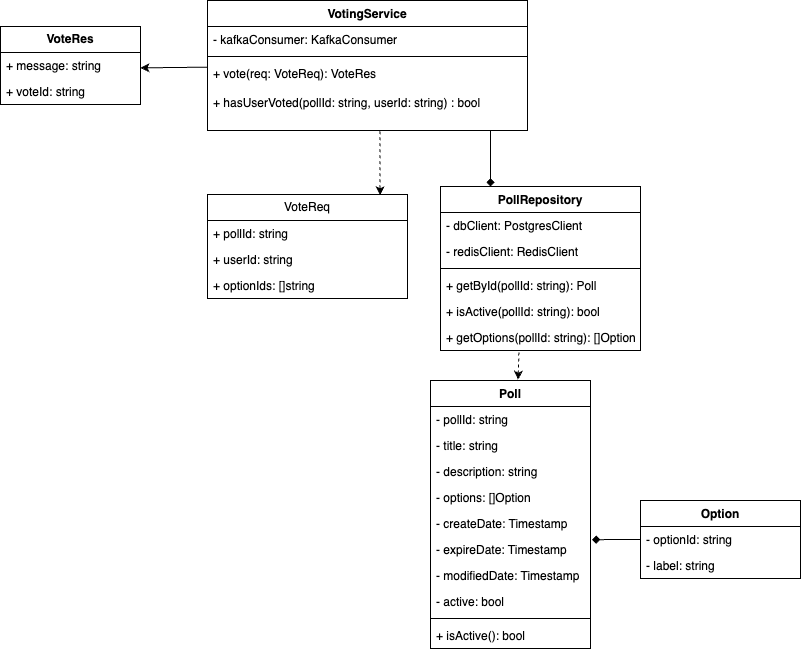
The draw.io diagram 2026-03-02-voting-architecture/voting-service-class-diagram.drawio.png in brunohaetinger/green-team, before a commit. Source tidied: cells renumbered, new cells last; positions are measured from the earlier drawing's top-left corner, leaving out a move shared by most shapes.
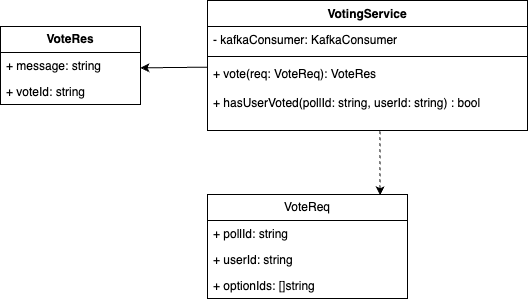
Later version of the same file.

Commit message:
update voting diagram

What changed in the source:
```diff
@@ -43,77 +43,5 @@
     <mxCell id="14" value="+ voteId: string" style="text;strokeColor=none;fillColor=none;align=left;verticalAlign=top;spacingLeft=4;spacingRight=4;overflow=hidden;whiteSpace=wrap;html=1;" parent="12" vertex="1">
       <mxGeometry y="52" width="140" height="26" as="geometry" />
     </mxCell>
-    <mxCell id="15" value="Poll" style="swimlane;fontStyle=1;align=center;verticalAlign=top;horizontal=1;startSize=26;whiteSpace=wrap;html=1;" parent="1" vertex="1">
-      <mxGeometry x="430" y="380" width="160" height="268" as="geometry" />
-    </mxCell>
-    <mxCell id="16" value="- pollId: string" style="text;strokeColor=none;fillColor=none;align=left;verticalAlign=top;spacingLeft=4;spacingRight=4;overflow=hidden;whiteSpace=wrap;html=1;" parent="15" vertex="1">
-      <mxGeometry y="26" width="160" height="26" as="geometry" />
-    </mxCell>
-    <mxCell id="17" value="- title: string" style="text;strokeColor=none;fillColor=none;align=left;verticalAlign=top;spacingLeft=4;spacingRight=4;overflow=hidden;whiteSpace=wrap;html=1;" parent="15" vertex="1">
-      <mxGeometry y="52" width="160" height="26" as="geometry" />
-    </mxCell>
-    <mxCell id="18" value="- description: string" style="text;strokeColor=none;fillColor=none;align=left;verticalAlign=top;spacingLeft=4;spacingRight=4;overflow=hidden;whiteSpace=wrap;html=1;" parent="15" vertex="1">
-      <mxGeometry y="78" width="160" height="26" as="geometry" />
-    </mxCell>
-    <mxCell id="19" value="- options: []Option" style="text;strokeColor=none;fillColor=none;align=left;verticalAlign=top;spacingLeft=4;spacingRight=4;overflow=hidden;whiteSpace=wrap;html=1;" parent="15" vertex="1">
-      <mxGeometry y="104" width="160" height="26" as="geometry" />
-    </mxCell>
-    <mxCell id="20" value="- createDate: Timestamp" style="text;strokeColor=none;fillColor=none;align=left;verticalAlign=top;spacingLeft=4;spacingRight=4;overflow=hidden;whiteSpace=wrap;html=1;" parent="15" vertex="1">
-      <mxGeometry y="130" width="160" height="26" as="geometry" />
-    </mxCell>
-    <mxCell id="21" value="- expireDate: Timestamp" style="text;strokeColor=none;fillColor=none;align=left;verticalAlign=top;spacingLeft=4;spacingRight=4;overflow=hidden;points=[[0,0.5],[1,0.5]];portConstraint=eastwest;whiteSpace=wrap;html=1;" parent="15" vertex="1">
-      <mxGeometry y="156" width="160" height="26" as="geometry" />
-    </mxCell>
-    <mxCell id="22" value="- modifiedDate: Timestamp" style="text;strokeColor=none;fillColor=none;align=left;verticalAlign=top;spacingLeft=4;spacingRight=4;overflow=hidden;whiteSpace=wrap;html=1;" parent="15" vertex="1">
-      <mxGeometry y="182" width="160" height="26" as="geometry" />
-    </mxCell>
-    <mxCell id="23" value="- active: bool" style="text;strokeColor=none;fillColor=none;align=left;verticalAlign=top;spacingLeft=4;spacingRight=4;overflow=hidden;whiteSpace=wrap;html=1;" parent="15" vertex="1">
-      <mxGeometry y="208" width="160" height="26" as="geometry" />
-    </mxCell>
-    <mxCell id="24" style="line;strokeWidth=1;fillColor=none;align=left;verticalAlign=middle;spacingTop=-1;spacingLeft=3;spacingRight=3;labelPosition=right;strokeColor=inherit;" parent="15" vertex="1">
-      <mxGeometry y="234" width="160" height="8" as="geometry" />
-    </mxCell>
-    <mxCell id="25" value="+ isActive(): bool" style="text;strokeColor=none;fillColor=none;align=left;verticalAlign=top;spacingLeft=4;spacingRight=4;overflow=hidden;whiteSpace=wrap;html=1;" parent="15" vertex="1">
-      <mxGeometry y="242" width="160" height="26" as="geometry" />
-    </mxCell>
-    <mxCell id="26" value="Option" style="swimlane;fontStyle=1;align=center;verticalAlign=top;horizontal=1;startSize=26;whiteSpace=wrap;html=1;" parent="1" vertex="1">
-      <mxGeometry x="640" y="500" width="160" height="78" as="geometry" />
-    </mxCell>
-    <mxCell id="27" value="- optionId: string" style="text;strokeColor=none;fillColor=none;align=left;verticalAlign=top;spacingLeft=4;spacingRight=4;overflow=hidden;points=[[0,0.5],[1,0.5]];portConstraint=eastwest;whiteSpace=wrap;html=1;" parent="26" vertex="1">
-      <mxGeometry y="26" width="160" height="26" as="geometry" />
-    </mxCell>
-    <mxCell id="28" value="- label: string" style="text;strokeColor=none;fillColor=none;align=left;verticalAlign=top;spacingLeft=4;spacingRight=4;overflow=hidden;whiteSpace=wrap;html=1;" parent="26" vertex="1">
-      <mxGeometry y="52" width="160" height="26" as="geometry" />
-    </mxCell>
-    <mxCell id="29" style="html=1;entryX=0;entryY=0.5;entryDx=0;entryDy=0;startArrow=diamond;startFill=1;endArrow=none;endFill=0;exitX=1.009;exitY=0.122;exitDx=0;exitDy=0;exitPerimeter=0;" parent="1" edge="1" source="21" target="27">
-      <mxGeometry relative="1" as="geometry" />
-    </mxCell>
-    <mxCell id="30" style="endArrow=classic;html=1;exitX=0.392;exitY=1.08;exitDx=0;exitDy=0;dashed=1;entryX=0.547;entryY=-0.003;entryDx=0;entryDy=0;entryPerimeter=0;exitPerimeter=0;" parent="1" edge="1" source="37" target="15">
-      <mxGeometry relative="1" as="geometry" />
-    </mxCell>
-    <mxCell id="31" value="PollRepository" style="swimlane;fontStyle=1;align=center;verticalAlign=top;horizontal=1;startSize=26;whiteSpace=wrap;html=1;" parent="1" vertex="1">
-      <mxGeometry x="440" y="186" width="200" height="164" as="geometry" />
-    </mxCell>
-    <mxCell id="32" value="- dbClient: PostgresClient" style="text;strokeColor=none;fillColor=none;align=left;verticalAlign=top;spacingLeft=4;spacingRight=4;overflow=hidden;whiteSpace=wrap;html=1;" parent="31" vertex="1">
-      <mxGeometry y="26" width="200" height="26" as="geometry" />
-    </mxCell>
-    <mxCell id="33" value="- redisClient: RedisClient" style="text;strokeColor=none;fillColor=none;align=left;verticalAlign=top;spacingLeft=4;spacingRight=4;overflow=hidden;whiteSpace=wrap;html=1;" parent="31" vertex="1">
-      <mxGeometry y="52" width="200" height="26" as="geometry" />
-    </mxCell>
-    <mxCell id="34" style="line;strokeWidth=1;fillColor=none;align=left;verticalAlign=middle;spacingTop=-1;spacingLeft=3;spacingRight=3;labelPosition=right;strokeColor=inherit;" parent="31" vertex="1">
-      <mxGeometry y="78" width="200" height="8" as="geometry" />
-    </mxCell>
-    <mxCell id="35" value="+ getById(pollId: string): Poll" style="text;strokeColor=none;fillColor=none;align=left;verticalAlign=top;spacingLeft=4;spacingRight=4;overflow=hidden;whiteSpace=wrap;html=1;" parent="31" vertex="1">
-      <mxGeometry y="86" width="200" height="26" as="geometry" />
-    </mxCell>
-    <mxCell id="36" value="+ isActive(pollId: string): bool" style="text;strokeColor=none;fillColor=none;align=left;verticalAlign=top;spacingLeft=4;spacingRight=4;overflow=hidden;whiteSpace=wrap;html=1;" parent="31" vertex="1">
-      <mxGeometry y="112" width="200" height="26" as="geometry" />
-    </mxCell>
-    <mxCell id="37" value="+ getOptions(pollId: string): []Option" style="text;strokeColor=none;fillColor=none;align=left;verticalAlign=top;spacingLeft=4;spacingRight=4;overflow=hidden;points=[[0,0.5],[1,0.5]];portConstraint=eastwest;whiteSpace=wrap;html=1;" parent="31" vertex="1">
-      <mxGeometry y="138" width="200" height="26" as="geometry" />
-    </mxCell>
-    <mxCell id="38" style="edgeStyle=none;html=1;entryX=0.25;entryY=0;entryDx=0;entryDy=0;exitX=0.884;exitY=1;exitDx=0;exitDy=0;exitPerimeter=0;endArrow=diamond;endFill=1;" parent="1" edge="1" source="7" target="31">
-      <mxGeometry relative="1" as="geometry" />
-    </mxCell>
   </root>
 </mxGraphModel>
```
